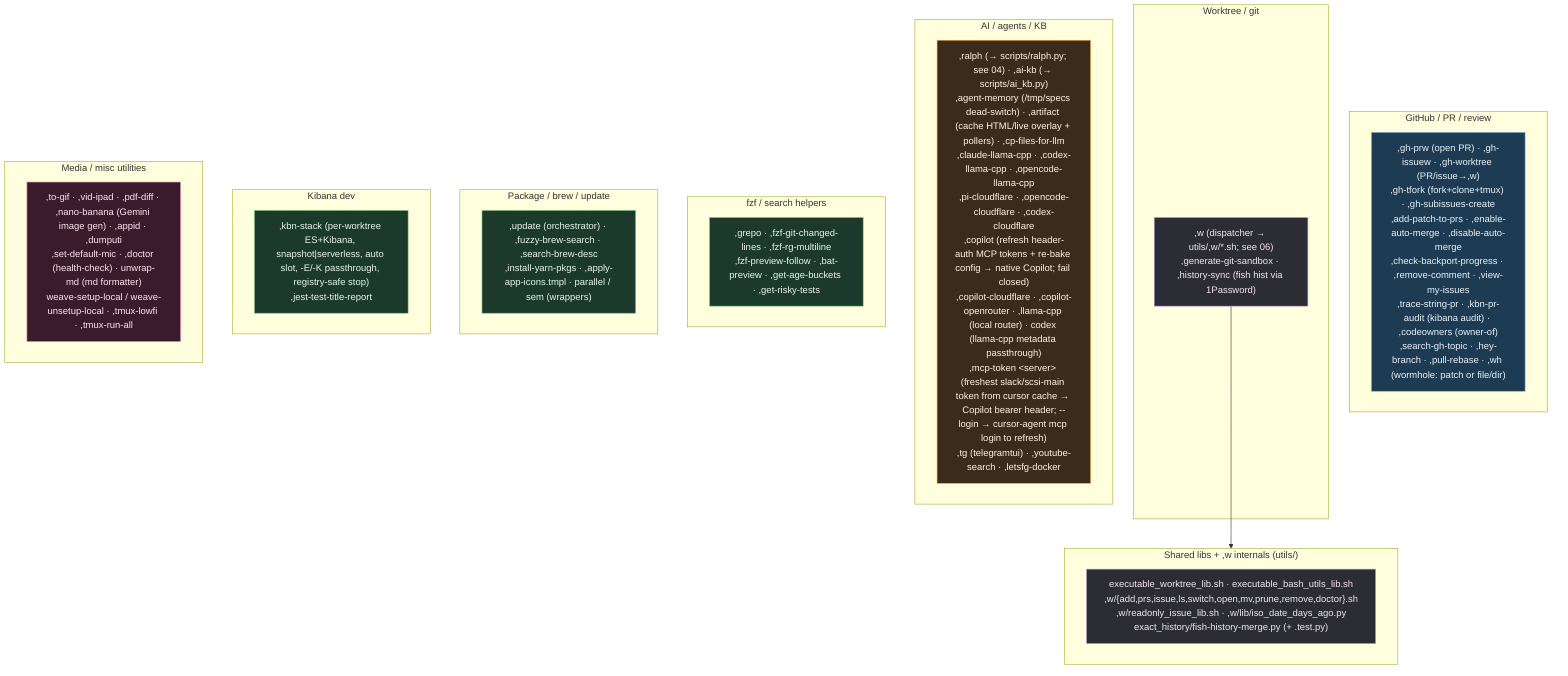
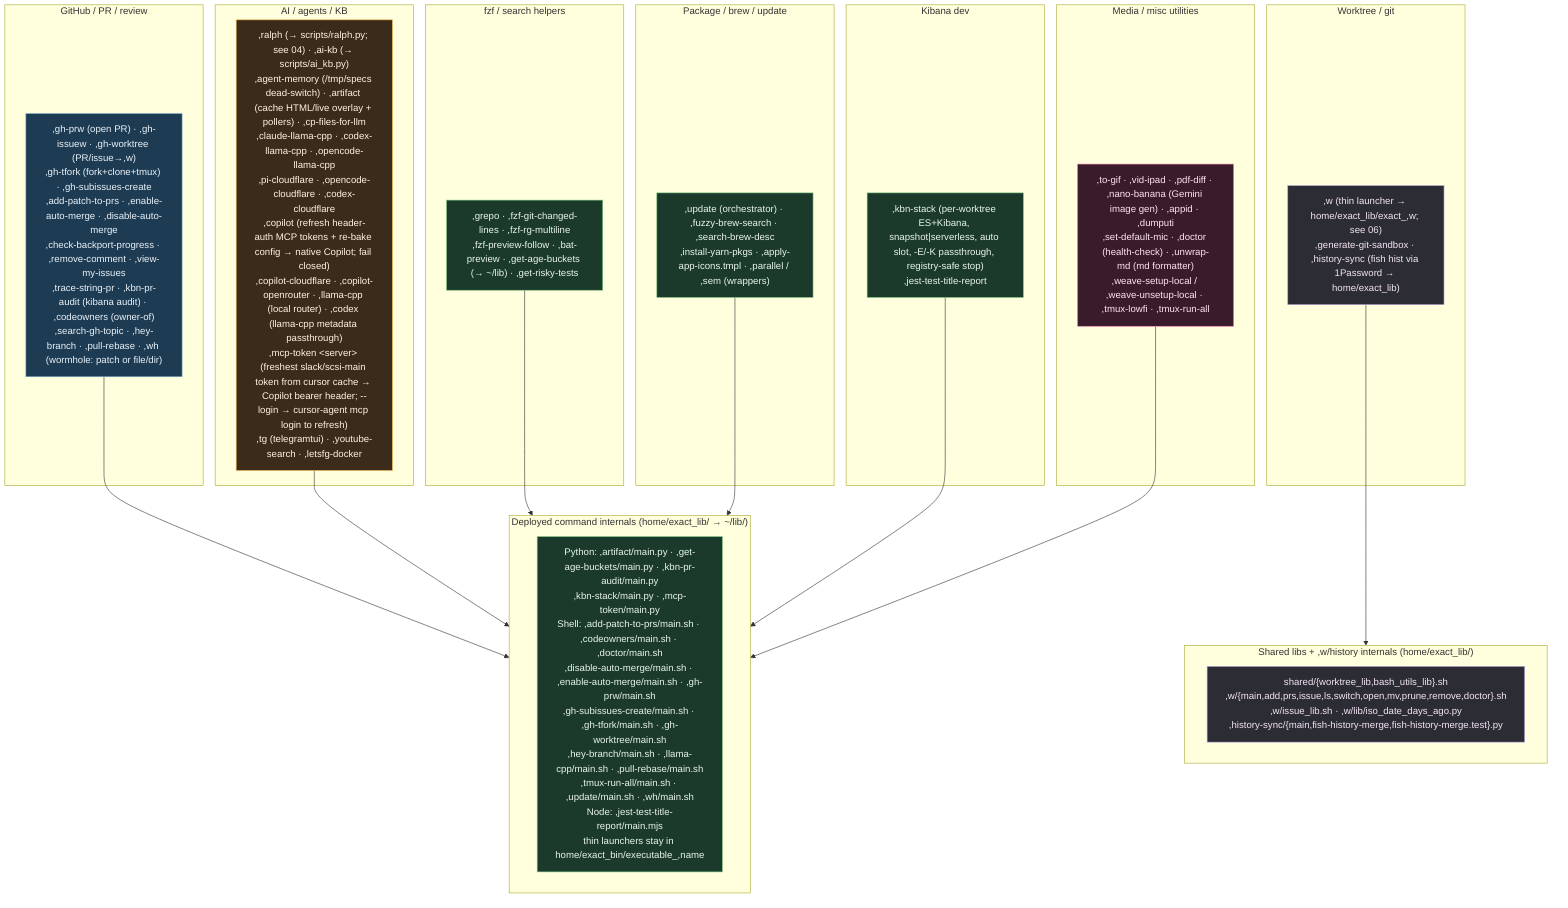
%% ============================================================================
- %% 07c-bin-commands.mmd — Every script in home/exact_bin/ (87 incl. utils).
- %% executable_,* → ~/bin/,* (comma-prefixed user commands). verify-bin-surface
- %% keeps each command covered by fish completions, docs, and this catalog.
+ %% 07c-bin-commands.mmd — Every thin command in home/exact_bin/ (70 thin commands)
+ %% plus deployed internals in home/exact_lib/ (39 command/shared library files).
+ %% executable_,* → ~/bin/,* (comma-prefixed user commands); home/exact_lib/exact_,name/
+ %% → ~/lib/,name/. verify-bin-surface keeps each command covered by fish
+ %% completions, docs, catalog, and non-orphaned command libraries.
%% ============================================================================
flowchart TB
    classDef gh fill:#1d3b53,stroke:#7fb3d5,color:#eaf2f8;
    classDef wt fill:#2c2c34,stroke:#b39ddb,color:#f3e5f5;
    classDef ai fill:#3a2b1b,stroke:#ffb74d,color:#fff3e0;
    classDef media fill:#3a1b2b,stroke:#f48fb1,color:#fce4ec;
    classDef sys fill:#1b3a2b,stroke:#81c784,color:#e8f5e9;

    subgraph GHC["GitHub / PR / review"]
        G[",gh-prw (open PR) · ,gh-issuew · ,gh-worktree (PR/issue→,w)<br/>,gh-tfork (fork+clone+tmux) · ,gh-subissues-create<br/>,add-patch-to-prs · ,enable-auto-merge · ,disable-auto-merge<br/>,check-backport-progress · ,remove-comment · ,view-my-issues<br/>,trace-string-pr · ,kbn-pr-audit (kibana audit) · ,codeowners (owner-of)<br/>,search-gh-topic · ,hey-branch · ,pull-rebase · ,wh (wormhole: patch or file/dir)"]:::gh
    end

    subgraph WTC["Worktree / git"]
-         W[",w (dispatcher → utils/,w/*.sh; see 06)<br/>,generate-git-sandbox · ,history-sync (fish hist via 1Password)"]:::wt
+         W[",w (thin launcher → home/exact_lib/exact_,w; see 06)<br/>,generate-git-sandbox · ,history-sync (fish hist via 1Password → home/exact_lib)"]:::wt
    end

    subgraph AIC["AI / agents / KB"]
-         A[",ralph (→ scripts/ralph.py; see 04) · ,ai-kb (→ scripts/ai_kb.py)<br/>,agent-memory (/tmp/specs dead-switch) · ,artifact (cache HTML/live overlay + pollers) · ,cp-files-for-llm<br/>,claude-llama-cpp · ,codex-llama-cpp · ,opencode-llama-cpp<br/>,pi-cloudflare · ,opencode-cloudflare · ,codex-cloudflare<br/>,copilot (refresh header-auth MCP tokens + re-bake config → native Copilot; fail closed)<br/>,copilot-cloudflare · ,copilot-openrouter · ,llama-cpp (local router) · codex (llama-cpp metadata passthrough)<br/>,mcp-token &lt;server&gt; (freshest slack/scsi-main token from cursor cache → Copilot bearer header; --login → cursor-agent mcp login to refresh)<br/>,tg (telegramtui) · ,youtube-search · ,letsfg-docker"]:::ai
+         A[",ralph (→ scripts/ralph.py; see 04) · ,ai-kb (→ scripts/ai_kb.py)<br/>,agent-memory (/tmp/specs dead-switch) · ,artifact (cache HTML/live overlay + pollers) · ,cp-files-for-llm<br/>,claude-llama-cpp · ,codex-llama-cpp · ,opencode-llama-cpp<br/>,pi-cloudflare · ,opencode-cloudflare · ,codex-cloudflare<br/>,copilot (refresh header-auth MCP tokens + re-bake config → native Copilot; fail closed)<br/>,copilot-cloudflare · ,copilot-openrouter · ,llama-cpp (local router) · ,codex (llama-cpp metadata passthrough)<br/>,mcp-token &lt;server&gt; (freshest slack/scsi-main token from cursor cache → Copilot bearer header; --login → cursor-agent mcp login to refresh)<br/>,tg (telegramtui) · ,youtube-search · ,letsfg-docker"]:::ai
    end

    subgraph FZFC["fzf / search helpers"]
-         F[",grepo · ,fzf-git-changed-lines · ,fzf-rg-multiline<br/>,fzf-preview-follow · ,bat-preview · ,get-age-buckets · ,get-risky-tests"]:::sys
+         F[",grepo · ,fzf-git-changed-lines · ,fzf-rg-multiline<br/>,fzf-preview-follow · ,bat-preview · ,get-age-buckets (→ ~/lib) · ,get-risky-tests"]:::sys
    end

    subgraph PKGC["Package / brew / update"]
-         P[",update (orchestrator) · ,fuzzy-brew-search · ,search-brew-desc<br/>,install-yarn-pkgs · ,apply-app-icons.tmpl · parallel / sem (wrappers)"]:::sys
+         P[",update (orchestrator) · ,fuzzy-brew-search · ,search-brew-desc<br/>,install-yarn-pkgs · ,apply-app-icons.tmpl · ,parallel / ,sem (wrappers)"]:::sys
    end

    subgraph KBNC["Kibana dev"]
        K[",kbn-stack (per-worktree ES+Kibana, snapshot|serverless, auto slot, -E/-K passthrough, registry-safe stop)<br/>,jest-test-title-report"]:::sys
    end

    subgraph MEDIA["Media / misc utilities"]
-         M[",to-gif · ,vid-ipad · ,pdf-diff · ,nano-banana (Gemini image gen) · ,appid · ,dumputi<br/>,set-default-mic · ,doctor (health-check) · unwrap-md (md formatter)<br/>weave-setup-local / weave-unsetup-local · ,tmux-lowfi · ,tmux-run-all"]:::media
+         M[",to-gif · ,vid-ipad · ,pdf-diff · ,nano-banana (Gemini image gen) · ,appid · ,dumputi<br/>,set-default-mic · ,doctor (health-check) · ,unwrap-md (md formatter)<br/>,weave-setup-local / ,weave-unsetup-local · ,tmux-lowfi · ,tmux-run-all"]:::media
    end

-     subgraph LIBS["Shared libs + ,w internals (utils/)"]
-         L["executable_worktree_lib.sh · executable_bash_utils_lib.sh<br/>,w/{add,prs,issue,ls,switch,open,mv,prune,remove,doctor}.sh<br/>,w/readonly_issue_lib.sh · ,w/lib/iso_date_days_ago.py<br/>exact_history/fish-history-merge.py (+ .test.py)"]:::wt
+     subgraph LIBS["Shared libs + ,w/history internals (home/exact_lib/)"]
+         L["shared/{worktree_lib,bash_utils_lib}.sh<br/>,w/{main,add,prs,issue,ls,switch,open,mv,prune,remove,doctor}.sh<br/>,w/issue_lib.sh · ,w/lib/iso_date_days_ago.py<br/>,history-sync/{main,fish-history-merge,fish-history-merge.test}.py"]:::wt
    end
    W --> LIBS
+ 
+     subgraph CMDLIBS["Deployed command internals (home/exact_lib/ → ~/lib/)"]
+         CL["Python: ,artifact/main.py · ,get-age-buckets/main.py · ,kbn-pr-audit/main.py<br/>,kbn-stack/main.py · ,mcp-token/main.py<br/>Shell: ,add-patch-to-prs/main.sh · ,codeowners/main.sh · ,doctor/main.sh<br/>,disable-auto-merge/main.sh · ,enable-auto-merge/main.sh · ,gh-prw/main.sh<br/>,gh-subissues-create/main.sh · ,gh-tfork/main.sh · ,gh-worktree/main.sh<br/>,hey-branch/main.sh · ,llama-cpp/main.sh · ,pull-rebase/main.sh<br/>,tmux-run-all/main.sh · ,update/main.sh · ,wh/main.sh<br/>Node: ,jest-test-title-report/main.mjs<br/>thin launchers stay in home/exact_bin/executable_,name"]:::sys
+     end
+     G --> CMDLIBS
+     A --> CMDLIBS
+     F --> CMDLIBS
+     P --> CMDLIBS
+     K --> CMDLIBS
+     M --> CMDLIBS
